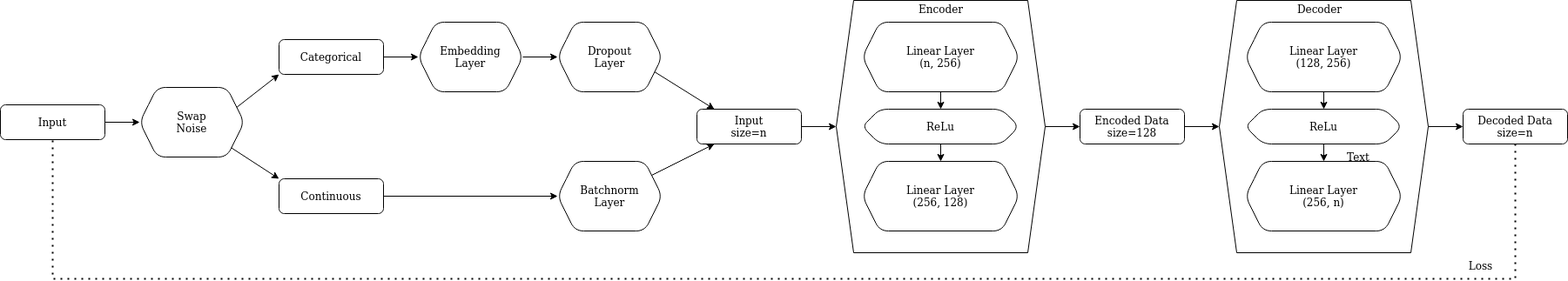
Before: AE_diagram.png, a diagram exported from draw.io (Ortgies/credit_risk). Source tidied: cells renumbered, new cells last; positions are measured from the earlier drawing's top-left corner, leaving out a move shared by most shapes.
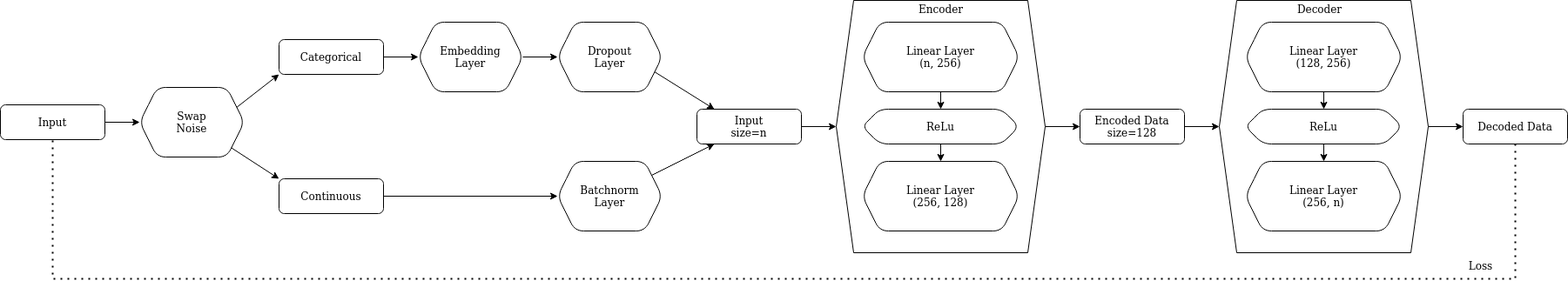
Later version of the same file.

The edit, as a diff of the source:
```diff
@@ -66,7 +66,7 @@
         <mxPoint x="1640" y="145" as="sourcePoint" />
       </mxGeometry>
     </mxCell>
-    <mxCell id="22" value="&lt;div&gt;Decoded Data&lt;/div&gt;&lt;div&gt;size=n&lt;br&gt;&lt;/div&gt;" style="rounded=1;whiteSpace=wrap;html=1;" parent="1" vertex="1">
+    <mxCell id="22" value="&lt;div&gt;Decoded Data&lt;/div&gt;" style="rounded=1;whiteSpace=wrap;html=1;" parent="1" vertex="1">
       <mxGeometry x="1680" y="125" width="120" height="40" as="geometry" />
     </mxCell>
     <mxCell id="23" style="edgeStyle=none;rounded=0;jettySize=auto;html=1;" parent="1" edge="1" source="24" target="26">
@@ -116,9 +116,6 @@
     <mxCell id="36" value="&lt;div&gt;Decoder&lt;/div&gt;" style="text;html=1;align=center;verticalAlign=middle;strokeColor=none;fillColor=none;" parent="1" vertex="1">
       <mxGeometry x="1480" width="70" height="20" as="geometry" />
     </mxCell>
-    <mxCell id="37" value="Text" style="text;html=1;strokeColor=none;fillColor=none;align=center;verticalAlign=middle;whiteSpace=wrap;rounded=0;" parent="1" vertex="1">
-      <mxGeometry x="1530" y="165" width="60" height="30" as="geometry" />
-    </mxCell>
     <mxCell id="38" value="Loss" style="text;html=1;align=center;verticalAlign=middle;strokeColor=none;fillColor=none;" parent="1" vertex="1">
       <mxGeometry x="1680" y="295" width="40" height="20" as="geometry" />
     </mxCell>
```
